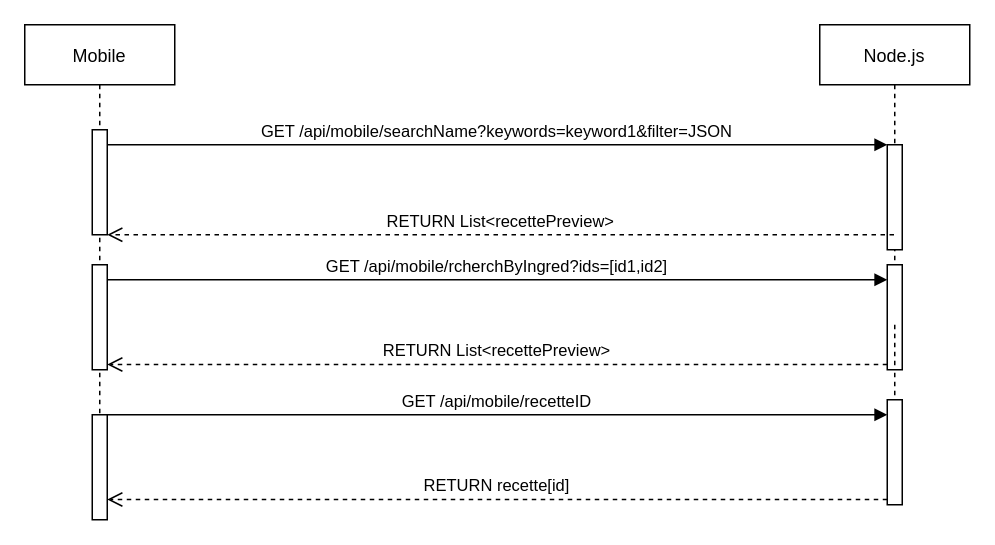
Before: RecettesRequettes.drawio in insa-4242/PLD-SMART-Back, a draw.io diagram. Source tidied: cells renumbered, new cells numbered last; positions are measured from the earlier drawing's top-left corner, leaving out a move shared by most shapes. Both pictures are drawn from the tidied source at 150%, with x=0, y=0 at pixel (24, 24).
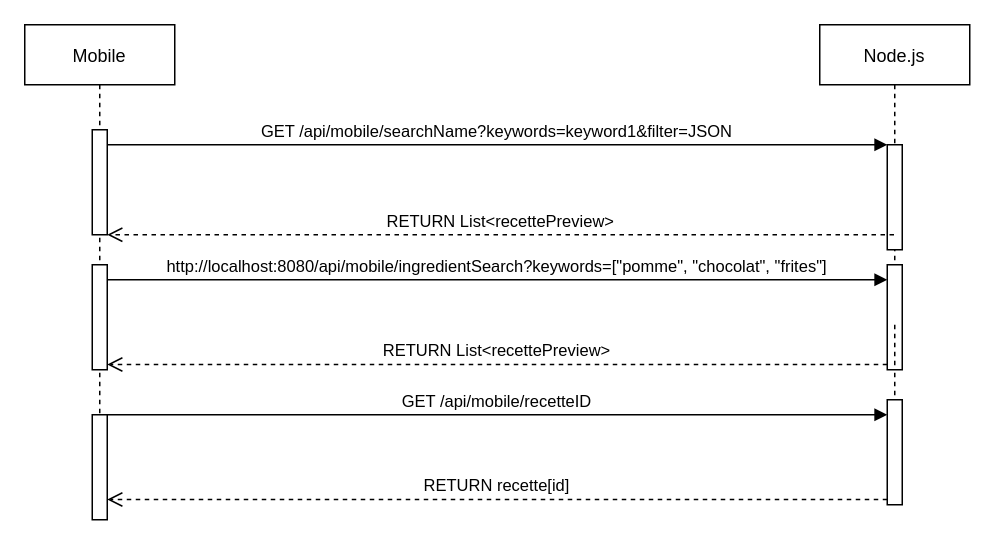
After the change.

Unchanged cells that the change refers to:
```xml
<mxCell id="4" style="points=[];perimeter=orthogonalPerimeter;rounded=0;shadow=0;strokeWidth=1;" parent="2" vertex="1">
  <mxGeometry x="45" y="160" width="10" height="70" as="geometry" />
</mxCell>
<mxCell id="13" style="points=[];perimeter=orthogonalPerimeter;rounded=0;shadow=0;strokeWidth=1;" parent="1" vertex="1">
  <mxGeometry x="575" y="160" width="10" height="70" as="geometry" />
</mxCell>
```

The edit, as a diff of the source:
```diff
@@
-    <mxCell id="11" value="GET /api/mobile/rcherchByIngred?ids=[id1,id2]" style="verticalAlign=bottom;endArrow=block;shadow=0;strokeWidth=1;" parent="1" edge="1" source="4" target="13">
+    <mxCell id="11" value="    http://localhost:8080/api/mobile/ingredientSearch?keywords=[&quot;pomme&quot;, &quot;chocolat&quot;, &quot;frites&quot;]" style="verticalAlign=bottom;endArrow=block;shadow=0;strokeWidth=1;" parent="1" edge="1" source="4" target="13">
       <mxGeometry relative="1" as="geometry">
         <Array as="points">
           <mxPoint x="140" y="170" />
         </Array>
       </mxGeometry>
     </mxCell>
```
